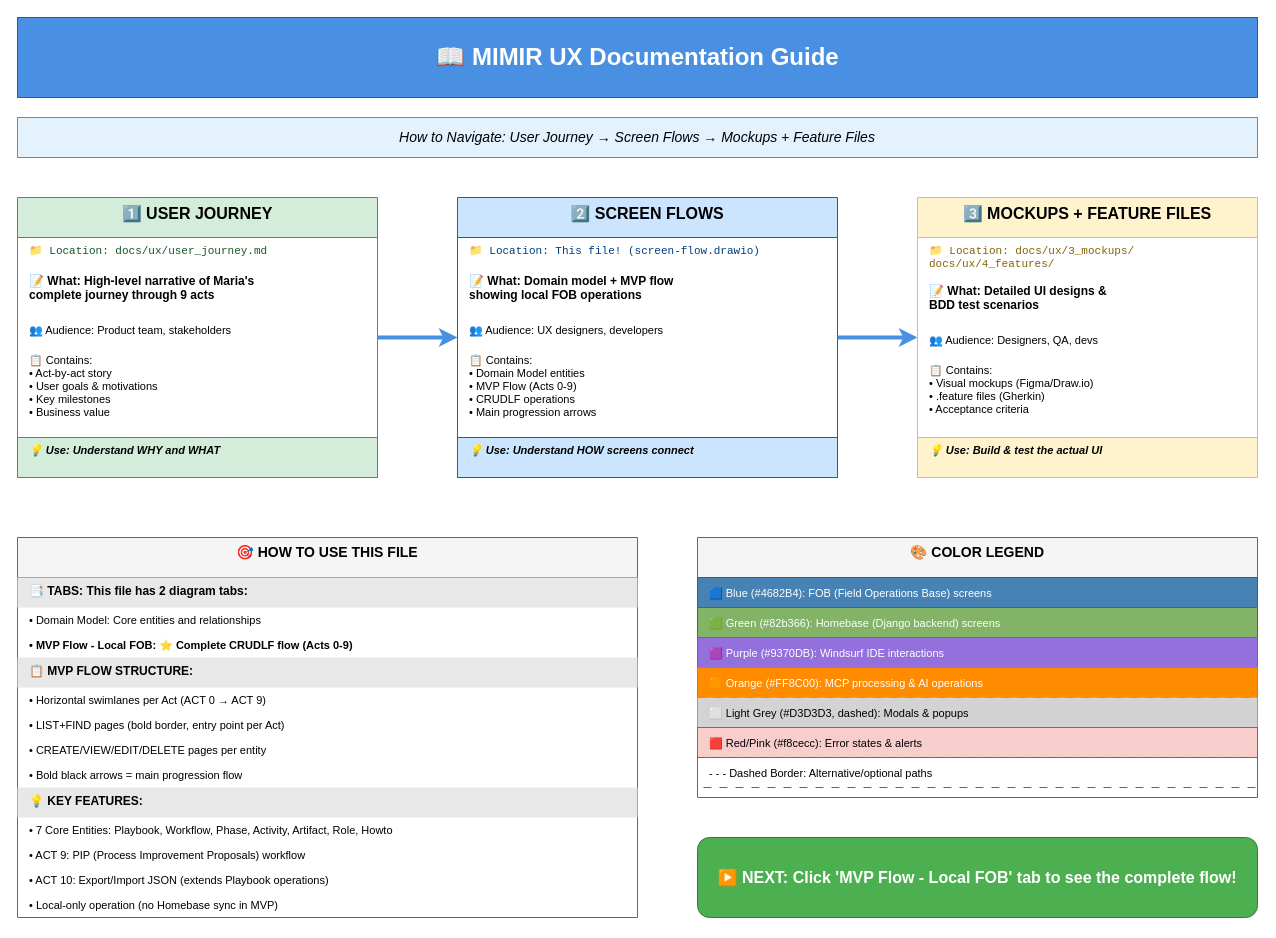
The draw.io diagram page "README - Start Here!" (1 of 4) of docs/ux/2_dialogue-maps/screen-flow.drawio in petelind/mimir, before the edit. Source tidied: cells renumbered, new cells numbered last; positions are measured from the earlier drawing's top-left corner, leaving out a move shared by most shapes. Both pictures are drawn from the tidied source at 100%, with x=0, y=0 at pixel (17, 17).
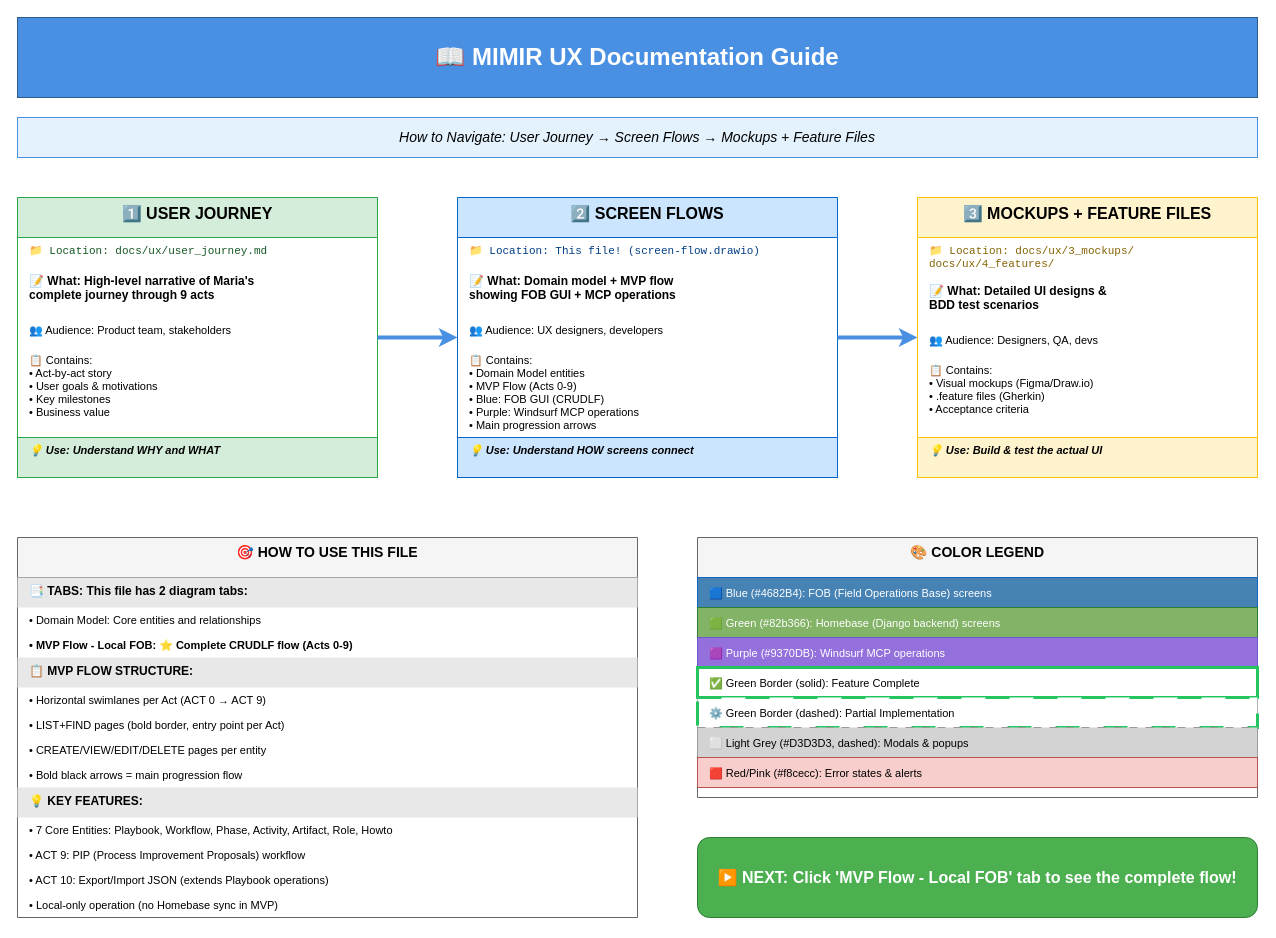
The same diagram, later.

Commit message (it also covers changes not shown here):
docs(ux): add purple MCP flow and update legends

Unchanged cells that the change refers to:
```xml
<mxCell id="11" value="2️⃣ SCREEN FLOWS" style="swimlane;fontStyle=1;align=center;verticalAlign=top;horizontal=1;startSize=40;fillColor=#cce5ff;strokeColor=#0066cc;fontSize=16;" parent="1" vertex="1">
  <mxGeometry x="440" y="180" width="380" height="280" as="geometry" />
</mxCell>
<mxCell id="38" value="🎨 COLOR LEGEND" style="swimlane;fontStyle=1;align=center;verticalAlign=top;horizontal=1;startSize=40;fillColor=#f5f5f5;strokeColor=#666666;fontSize=14;" parent="1" vertex="1">
  <mxGeometry x="680" y="520" width="560" height="260" as="geometry" />
</mxCell>
```

Diff of the diagram source:
```diff
@@
-    <mxCell id="13" value="📝 What: Domain model + MVP flow&#10;showing local FOB operations" style="text;strokeColor=none;fillColor=none;align=left;verticalAlign=top;spacingLeft=10;spacingRight=4;overflow=hidden;fontSize=12;fontStyle=1;" parent="11" vertex="1">
+    <mxCell id="13" value="📝 What: Domain model + MVP flow&#10;showing FOB GUI + MCP operations" style="text;strokeColor=none;fillColor=none;align=left;verticalAlign=top;spacingLeft=10;spacingRight=4;overflow=hidden;fontSize=12;fontStyle=1;" parent="11" vertex="1">
       <mxGeometry y="70" width="380" height="50" as="geometry" />
     </mxCell>
@@
-    <mxCell id="15" value="📋 Contains:&#10;• Domain Model entities&#10;• MVP Flow (Acts 0-9)&#10;• CRUDLF operations&#10;• Main progression arrows" style="text;strokeColor=none;fillColor=none;align=left;verticalAlign=top;spacingLeft=10;spacingRight=4;overflow=hidden;fontSize=11;" parent="11" vertex="1">
-      <mxGeometry y="150" width="380" height="90" as="geometry" />
+    <mxCell id="15" value="📋 Contains:&#10;• Domain Model entities&#10;• MVP Flow (Acts 0-9)&#10;• Blue: FOB GUI (CRUDLF)&#10;• Purple: Windsurf MCP operations&#10;• Main progression arrows" style="text;strokeColor=none;fillColor=none;align=left;verticalAlign=top;spacingLeft=10;spacingRight=4;overflow=hidden;fontSize=11;" parent="11" vertex="1">
+      <mxGeometry y="150" width="380" height="105" as="geometry" />
     </mxCell>
@@
-    <mxCell id="41" value="🟪 Purple (#9370DB): Windsurf IDE interactions" style="text;strokeColor=#6a5acd;fillColor=#9370DB;align=left;verticalAlign=middle;spacingLeft=10;spacingRight=4;overflow=hidden;fontSize=11;fontColor=#ffffff;" parent="38" vertex="1">
+    <mxCell id="41" value="🟪 Purple (#9370DB): Windsurf MCP operations" style="text;strokeColor=#6a5acd;fillColor=#9370DB;align=left;verticalAlign=middle;spacingLeft=10;spacingRight=4;overflow=hidden;fontSize=11;fontColor=#ffffff;" parent="38" vertex="1">
       <mxGeometry y="100" width="560" height="30" as="geometry" />
     </mxCell>
-    <mxCell id="42" value="🟧 Orange (#FF8C00): MCP processing &amp; AI operations" style="text;strokeColor=#d68000;fillColor=#FF8C00;align=left;verticalAlign=middle;spacingLeft=10;spacingRight=4;overflow=hidden;fontSize=11;fontColor=#ffffff;" parent="38" vertex="1">
-      <mxGeometry y="130" width="560" height="30" as="geometry" />
-    </mxCell>
+    <mxCell id="47" value="✅ Green Border (solid): Feature Complete" style="text;strokeColor=#22c55e;fillColor=#ffffff;align=left;verticalAlign=middle;spacingLeft=10;spacingRight=4;overflow=hidden;fontSize=11;strokeWidth=3;" parent="38" vertex="1">
+      <mxGeometry y="130" width="560" height="30" as="geometry" />
+    </mxCell>
+    <mxCell id="48" value="⚙️ Green Border (dashed): Partial Implementation" style="text;strokeColor=#22c55e;fillColor=#ffffff;align=left;verticalAlign=middle;spacingLeft=10;spacingRight=4;overflow=hidden;fontSize=11;strokeWidth=3;dashed=1;dashPattern=8 8;" parent="38" vertex="1">
+      <mxGeometry y="160" width="560" height="30" as="geometry" />
+    </mxCell>
     <mxCell id="43" value="⬜ Light Grey (#D3D3D3, dashed): Modals &amp; popups" style="text;strokeColor=#999999;fillColor=#D3D3D3;align=left;verticalAlign=middle;spacingLeft=10;spacingRight=4;overflow=hidden;fontSize=11;dashed=1;dashPattern=8 8;" parent="38" vertex="1">
-      <mxGeometry y="160" width="560" height="30" as="geometry" />
+      <mxGeometry y="190" width="560" height="30" as="geometry" />
     </mxCell>
     <mxCell id="44" value="🟥 Red/Pink (#f8cecc): Error states &amp; alerts" style="text;strokeColor=#b85450;fillColor=#f8cecc;align=left;verticalAlign=middle;spacingLeft=10;spacingRight=4;overflow=hidden;fontSize=11;" parent="38" vertex="1">
-      <mxGeometry y="190" width="560" height="30" as="geometry" />
+      <mxGeometry y="220" width="560" height="30" as="geometry" />
     </mxCell>
-    <mxCell id="45" value="- - - Dashed Border: Alternative/optional paths" style="text;strokeColor=#666666;fillColor=none;align=left;verticalAlign=middle;spacingLeft=10;spacingRight=4;overflow=hidden;fontSize=11;dashed=1;dashPattern=8 8;" parent="38" vertex="1">
-      <mxGeometry y="220" width="560" height="30" as="geometry" />
-    </mxCell>
```
